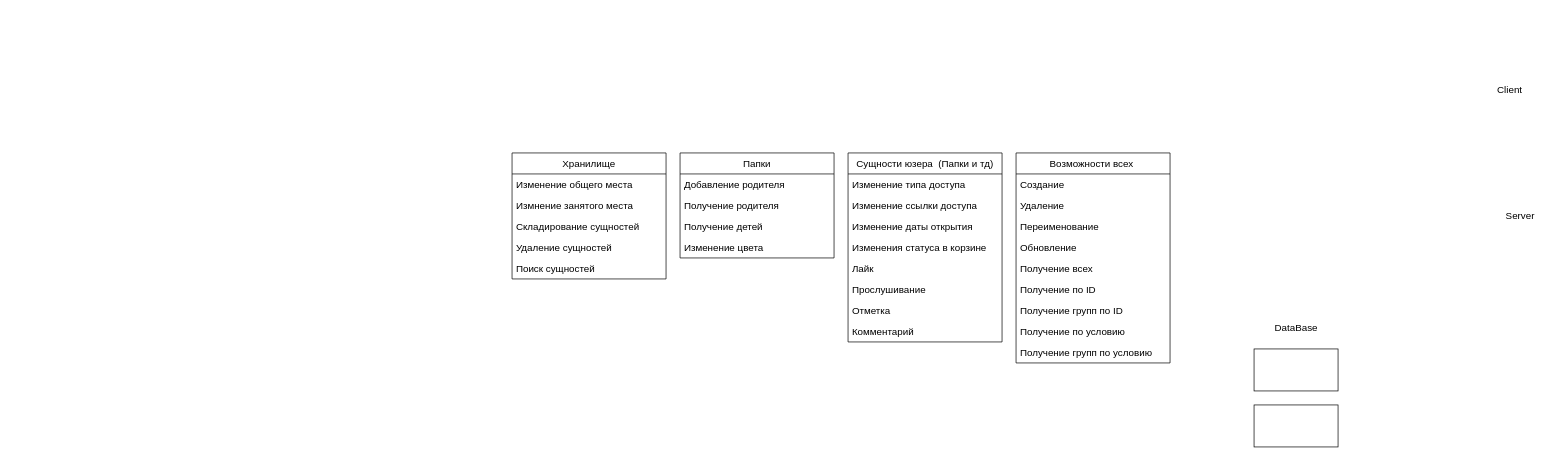
Before: project.drawio in WheatleyCODE/storage-server, a draw.io diagram. Source tidied: cells renumbered, new cells numbered last; positions are measured from the earlier drawing's top-left corner, leaving out a move shared by most shapes. Both pictures are drawn from the tidied source at 70%, with x=0, y=0 at pixel (512, 83).
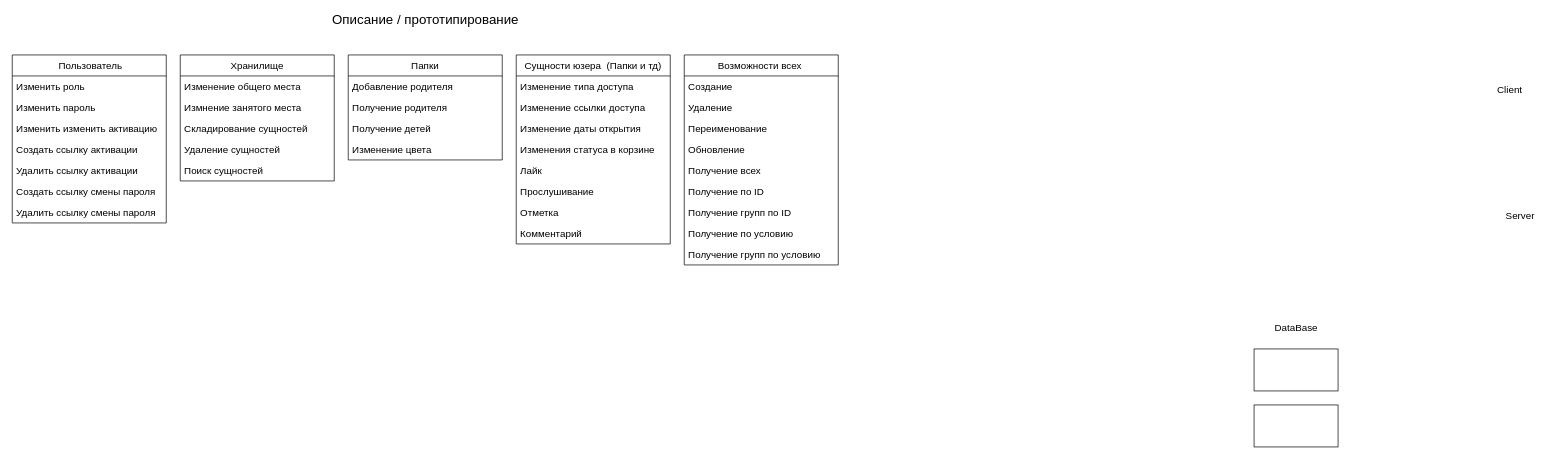
The same diagram, later.

What changed in the source:
```diff
@@
     <mxCell id="7" value="Возможности всех " style="swimlane;fontStyle=0;horizontal=1;startSize=30;fontSize=14;" parent="1" vertex="1">
-      <mxGeometry x="720" y="100" width="220" height="300" as="geometry" />
+      <mxGeometry x="246" y="-40" width="220" height="300" as="geometry" />
     </mxCell>
@@
     <mxCell id="17" value="Сущности юзера  (Папки и тд)" style="swimlane;fontStyle=0;horizontal=1;startSize=30;fontSize=14;" parent="1" vertex="1">
-      <mxGeometry x="480" y="100" width="220" height="270" as="geometry" />
+      <mxGeometry x="6" y="-40" width="220" height="270" as="geometry" />
     </mxCell>
@@
     <mxCell id="26" value="Папки" style="swimlane;fontStyle=0;horizontal=1;startSize=30;fontSize=14;" parent="1" vertex="1">
-      <mxGeometry x="240" y="100" width="220" height="150" as="geometry" />
+      <mxGeometry x="-234" y="-40" width="220" height="150" as="geometry" />
     </mxCell>
@@
     <mxCell id="31" value="Хранилище" style="swimlane;fontStyle=0;horizontal=1;startSize=30;fontSize=14;" parent="1" vertex="1">
-      <mxGeometry y="100" width="220" height="180" as="geometry" />
+      <mxGeometry x="-474" y="-40" width="220" height="180" as="geometry" />
     </mxCell>
@@
+    <mxCell id="37" value=" Пользователь" style="swimlane;fontStyle=0;horizontal=1;startSize=30;fontSize=14;" parent="1" vertex="1">
+      <mxGeometry x="-714" y="-40" width="220" height="240" as="geometry" />
+    </mxCell>
+    <mxCell id="38" value="Изменить роль" style="text;strokeColor=none;fillColor=none;align=left;verticalAlign=middle;spacingLeft=4;spacingRight=4;overflow=hidden;fontSize=14;" parent="37" vertex="1">
+      <mxGeometry y="30" width="220" height="30" as="geometry" />
+    </mxCell>
+    <mxCell id="39" value="Изменить пароль" style="text;strokeColor=none;fillColor=none;align=left;verticalAlign=middle;spacingLeft=4;spacingRight=4;overflow=hidden;fontSize=14;" parent="37" vertex="1">
+      <mxGeometry y="60" width="220" height="30" as="geometry" />
+    </mxCell>
+    <mxCell id="40" value="Изменить изменить активацию" style="text;strokeColor=none;fillColor=none;align=left;verticalAlign=middle;spacingLeft=4;spacingRight=4;overflow=hidden;fontSize=14;" parent="37" vertex="1">
+      <mxGeometry y="90" width="220" height="30" as="geometry" />
+    </mxCell>
+    <mxCell id="41" value="Создать ссылку активации" style="text;strokeColor=none;fillColor=none;align=left;verticalAlign=middle;spacingLeft=4;spacingRight=4;overflow=hidden;fontSize=14;" parent="37" vertex="1">
+      <mxGeometry y="120" width="220" height="30" as="geometry" />
+    </mxCell>
+    <mxCell id="42" value="Удалить ссылку активации" style="text;strokeColor=none;fillColor=none;align=left;verticalAlign=middle;spacingLeft=4;spacingRight=4;overflow=hidden;fontSize=14;" parent="37" vertex="1">
+      <mxGeometry y="150" width="220" height="30" as="geometry" />
+    </mxCell>
+    <mxCell id="43" value="Создать ссылку смены пароля" style="text;strokeColor=none;fillColor=none;align=left;verticalAlign=middle;spacingLeft=4;spacingRight=4;overflow=hidden;fontSize=14;" parent="37" vertex="1">
+      <mxGeometry y="180" width="220" height="30" as="geometry" />
+    </mxCell>
+    <mxCell id="44" value="Удалить ссылку смены пароля" style="text;strokeColor=none;fillColor=none;align=left;verticalAlign=middle;spacingLeft=4;spacingRight=4;overflow=hidden;fontSize=14;" parent="37" vertex="1">
+      <mxGeometry y="210" width="220" height="30" as="geometry" />
+    </mxCell>
+    <mxCell id="45" value="&lt;font style=&quot;font-size: 19px&quot;&gt;Описание / прототипирование&lt;/font&gt;" style="text;html=1;align=center;verticalAlign=middle;strokeColor=none;fillColor=none;fontSize=14;" parent="1" vertex="1">
+      <mxGeometry x="-269" y="-100" width="290" height="20" as="geometry" />
+    </mxCell>
```
